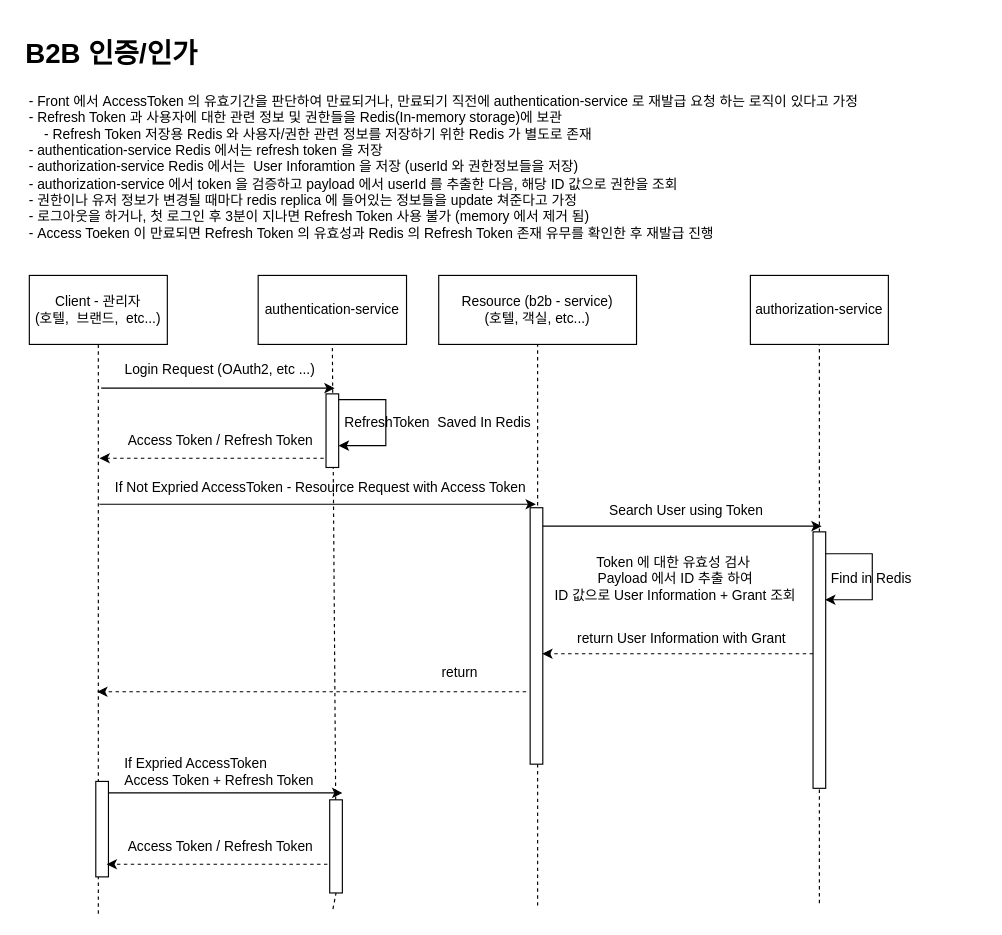
BAEKJungHo/TIL keeps this draw.io diagram as drawio/Untitled Diagram.drawio. Above is the earlier version. Source tidied: cells renumbered, new cells numbered last; positions are measured from the earlier drawing's top-left corner, leaving out a move shared by most shapes. Both pictures are drawn from the tidied source at 115%, with x=0, y=0 at pixel (20, 31).
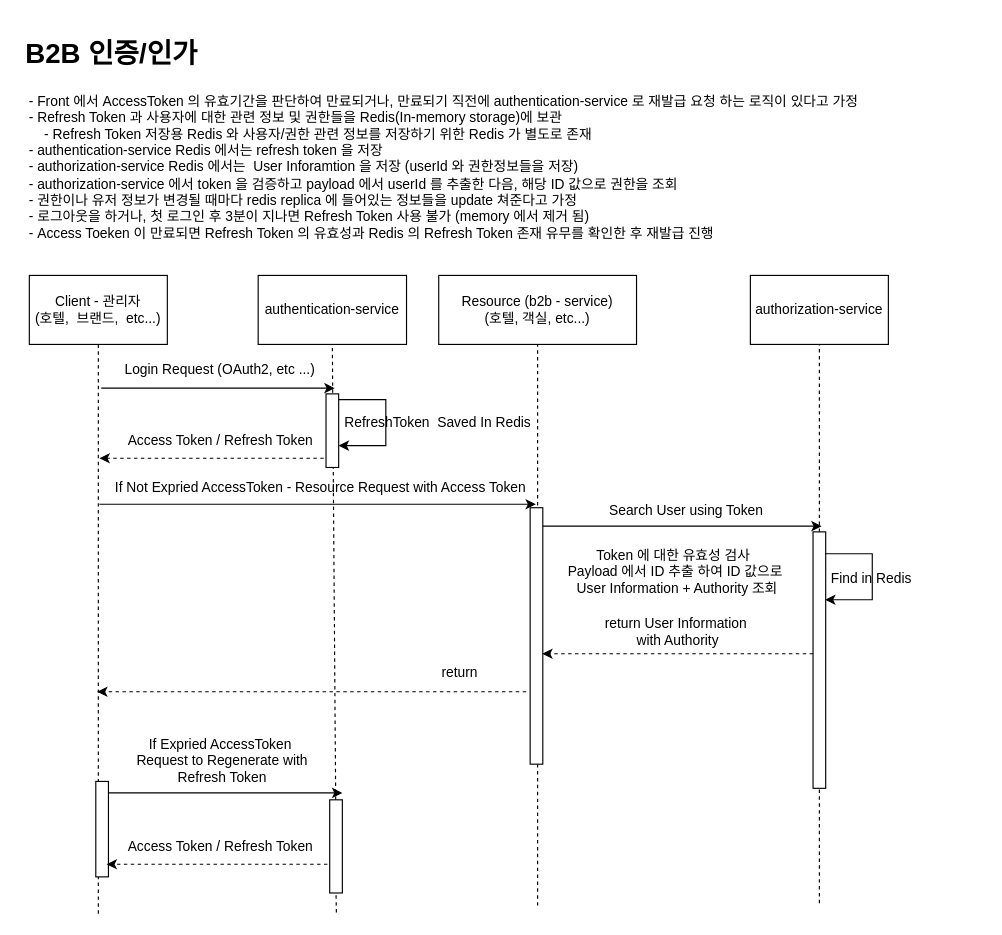
Above is the later version.

Unchanged cells that the change refers to:
```xml
<mxCell id="25" style="rounded=0;whiteSpace=wrap;html=1;" parent="1" vertex="1">
  <mxGeometry x="269.2" y="668" width="11" height="81" as="geometry" />
</mxCell>
```

Diff of the diagram source:
```diff
@@
-    <mxCell id="24" value="If Expried AccessToken&amp;nbsp;&lt;br&gt;Access Token + Refresh Token" style="text;html=1;strokeColor=none;fillColor=none;align=left;verticalAlign=middle;whiteSpace=wrap;rounded=0;" parent="1" vertex="1">
-      <mxGeometry x="88.8" y="635" width="193.5" height="18" as="geometry" />
+    <mxCell id="24" value="If Expried AccessToken&amp;nbsp;&lt;br&gt;Request to Regenerate with Refresh Token" style="text;html=1;strokeColor=none;fillColor=none;align=center;verticalAlign=middle;whiteSpace=wrap;rounded=0;" parent="1" vertex="1">
+      <mxGeometry x="78.5" y="625" width="193.5" height="18" as="geometry" />
     </mxCell>
@@
     <mxCell id="26" style="endArrow=none;dashed=1;html=1;rounded=0;entryX=0.5;entryY=1;entryDx=0;entryDy=0;" parent="1" edge="1" target="25">
       <mxGeometry relative="1" as="geometry">
-        <mxPoint x="272" y="763" as="sourcePoint" />
+        <mxPoint x="275" y="766" as="sourcePoint" />
       </mxGeometry>
     </mxCell>
@@
-    <mxCell id="36" value="return User Information with Grant" style="text;html=1;strokeColor=none;fillColor=none;align=center;verticalAlign=middle;whiteSpace=wrap;rounded=0;" parent="1" vertex="1">
-      <mxGeometry x="479" y="519" width="192.5" height="18" as="geometry" />
+    <mxCell id="36" value="return User Information&lt;br&gt;&amp;nbsp;with Authority" style="text;html=1;strokeColor=none;fillColor=none;align=center;verticalAlign=middle;whiteSpace=wrap;rounded=0;" parent="1" vertex="1">
+      <mxGeometry x="473.9" y="513" width="192.5" height="18" as="geometry" />
     </mxCell>
@@
-    <mxCell id="38" value="Token 에 대한 유효성 검사&amp;nbsp;&lt;br&gt;Payload 에서 ID 추출 하여&lt;br&gt;ID 값으로 User Information + Grant 조회" style="text;html=1;strokeColor=none;fillColor=none;align=center;verticalAlign=middle;whiteSpace=wrap;rounded=0;" parent="1" vertex="1">
-      <mxGeometry x="418" y="461" width="304.2" height="29" as="geometry" />
+    <mxCell id="38" value="Token 에 대한 유효성 검사&amp;nbsp;&lt;br&gt;Payload 에서 ID 추출 하여 ID 값으로&lt;br&gt;&amp;nbsp;User Information + Authority 조회" style="text;html=1;strokeColor=none;fillColor=none;align=center;verticalAlign=middle;whiteSpace=wrap;rounded=0;" parent="1" vertex="1">
+      <mxGeometry x="427.1" y="455.5" width="286" height="29" as="geometry" />
     </mxCell>
```
